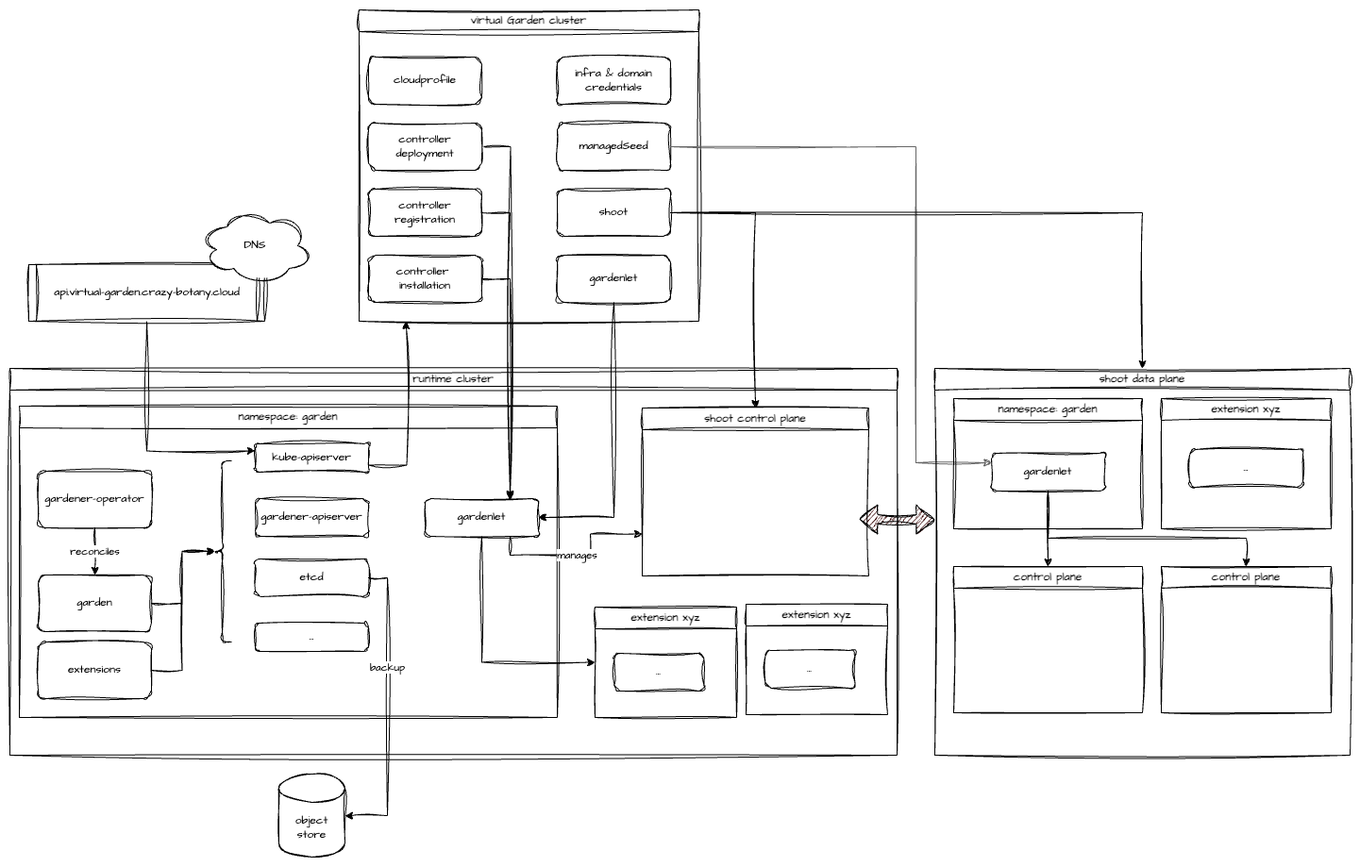
Above: docs/deployment/content/gardener-setup.png in gardener/gardener (draw.io), before the change. Source tidied: cells renumbered, new cells last; positions are measured from the earlier drawing's top-left corner, leaving out a move shared by most shapes.
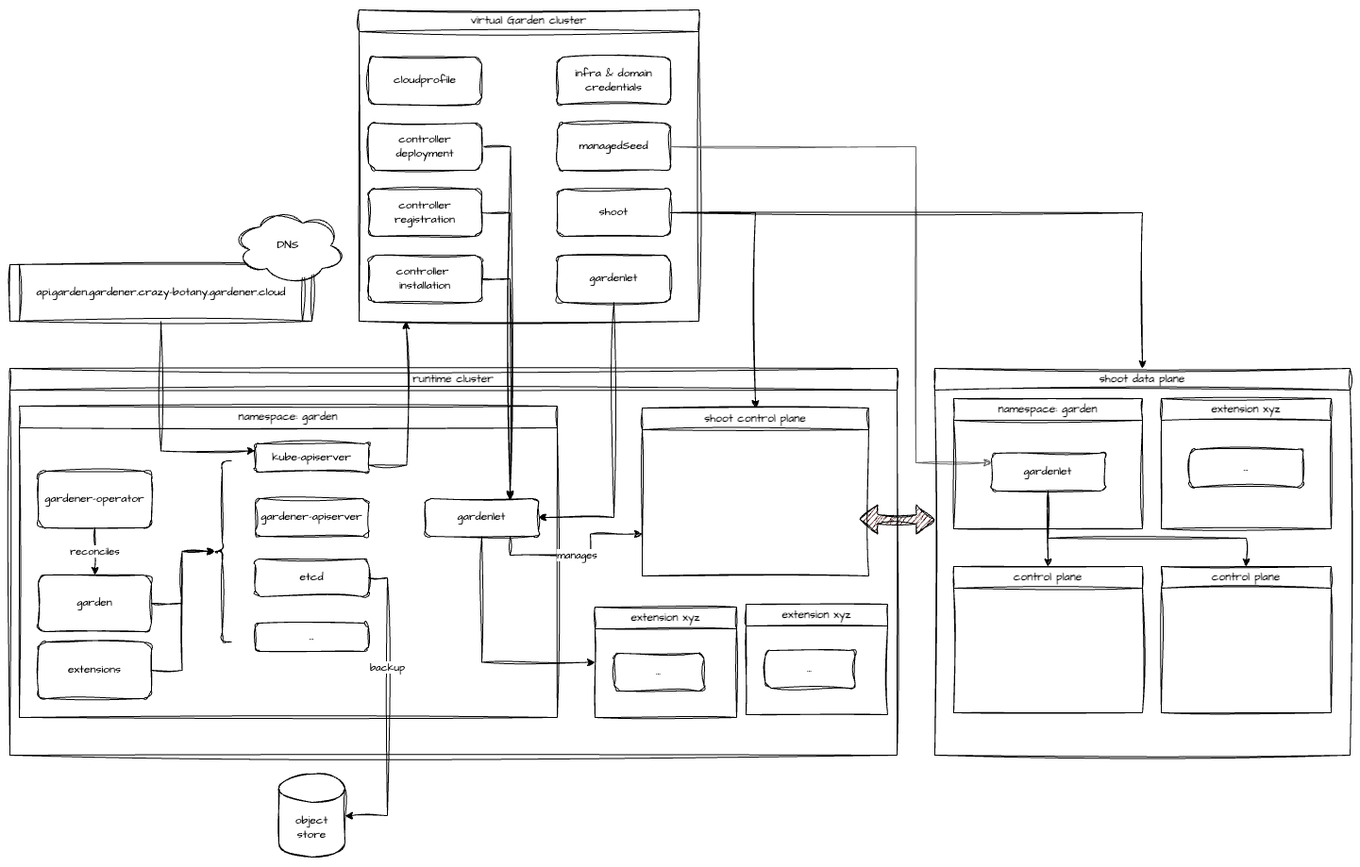
The same file after the commit.

Diff of the diagram source:
```diff
@@ -68,8 +68,8 @@
     <mxCell id="23" style="edgeStyle=orthogonalEdgeStyle;rounded=0;sketch=1;hachureGap=4;jiggle=2;curveFitting=1;jettySize=auto;html=1;exitX=0.5;exitY=1;exitDx=0;exitDy=0;entryX=0;entryY=0.25;entryDx=0;entryDy=0;fontFamily=Architects Daughter;fontSource=https%3A%2F%2Ffonts.googleapis.com%2Fcss%3Ffamily%3DArchitects%2BDaughter;" parent="1" edge="1" source="24" target="4">
       <mxGeometry relative="1" as="geometry" />
     </mxCell>
-    <mxCell id="24" value="api.virtual-garden.crazy-botany.cloud" style="shape=process;whiteSpace=wrap;html=1;backgroundOutline=1;sketch=1;hachureGap=4;jiggle=2;curveFitting=1;fontFamily=Architects Daughter;fontSource=https%3A%2F%2Ffonts.googleapis.com%2Fcss%3Ffamily%3DArchitects%2BDaughter;size=0.030303030303030304;" parent="1" vertex="1">
-      <mxGeometry x="20" y="270" width="250" height="60" as="geometry" />
+    <mxCell id="24" value="api.garden.gardener.crazy-botany.gardener.cloud" style="shape=process;whiteSpace=wrap;html=1;backgroundOutline=1;sketch=1;hachureGap=4;jiggle=2;curveFitting=1;fontFamily=Architects Daughter;fontSource=https%3A%2F%2Ffonts.googleapis.com%2Fcss%3Ffamily%3DArchitects%2BDaughter;size=0.030303030303030304;" parent="1" vertex="1">
+      <mxGeometry y="270" width="320" height="60" as="geometry" />
     </mxCell>
     <mxCell id="25" value="object store" style="shape=cylinder3;whiteSpace=wrap;html=1;boundedLbl=1;backgroundOutline=1;size=15;sketch=1;hachureGap=4;jiggle=2;curveFitting=1;fontFamily=Architects Daughter;fontSource=https%3A%2F%2Ffonts.googleapis.com%2Fcss%3Ffamily%3DArchitects%2BDaughter;" parent="1" vertex="1">
       <mxGeometry x="285" y="810" width="70" height="88" as="geometry" />
@@ -78,7 +78,7 @@
       <mxGeometry x="-0.28" relative="1" as="geometry" />
     </mxCell>
     <mxCell id="27" value="DNS" style="ellipse;shape=cloud;whiteSpace=wrap;html=1;sketch=1;hachureGap=4;jiggle=2;curveFitting=1;fontFamily=Architects Daughter;fontSource=https%3A%2F%2Ffonts.googleapis.com%2Fcss%3Ffamily%3DArchitects%2BDaughter;" parent="1" vertex="1">
-      <mxGeometry x="200" y="210" width="120" height="80" as="geometry" />
+      <mxGeometry x="235" y="210" width="120" height="80" as="geometry" />
     </mxCell>
     <mxCell id="28" value="virtual Garden cluster" style="swimlane;whiteSpace=wrap;html=1;sketch=1;hachureGap=4;jiggle=2;curveFitting=1;fontFamily=Architects Daughter;fontSource=https%3A%2F%2Ffonts.googleapis.com%2Fcss%3Ffamily%3DArchitects%2BDaughter;" parent="1" vertex="1">
       <mxGeometry x="370" width="360" height="330" as="geometry" />
```
